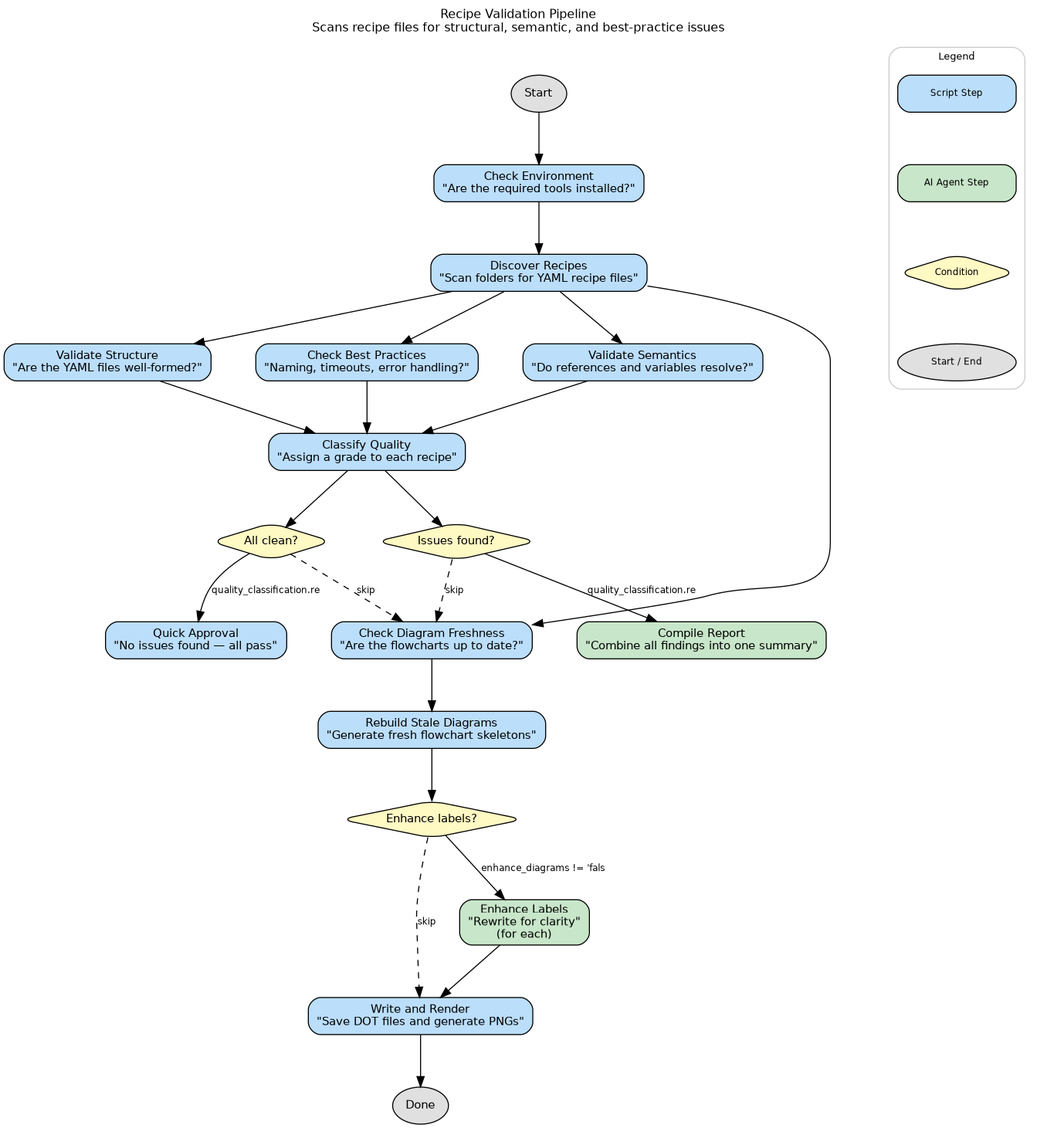
Before: recipes/validate-recipes.png, a diagram exported from Graphviz (microsoft/amplifier-bundle-recipes). Its source is kept beside it as recipes/validate-recipes.dot.
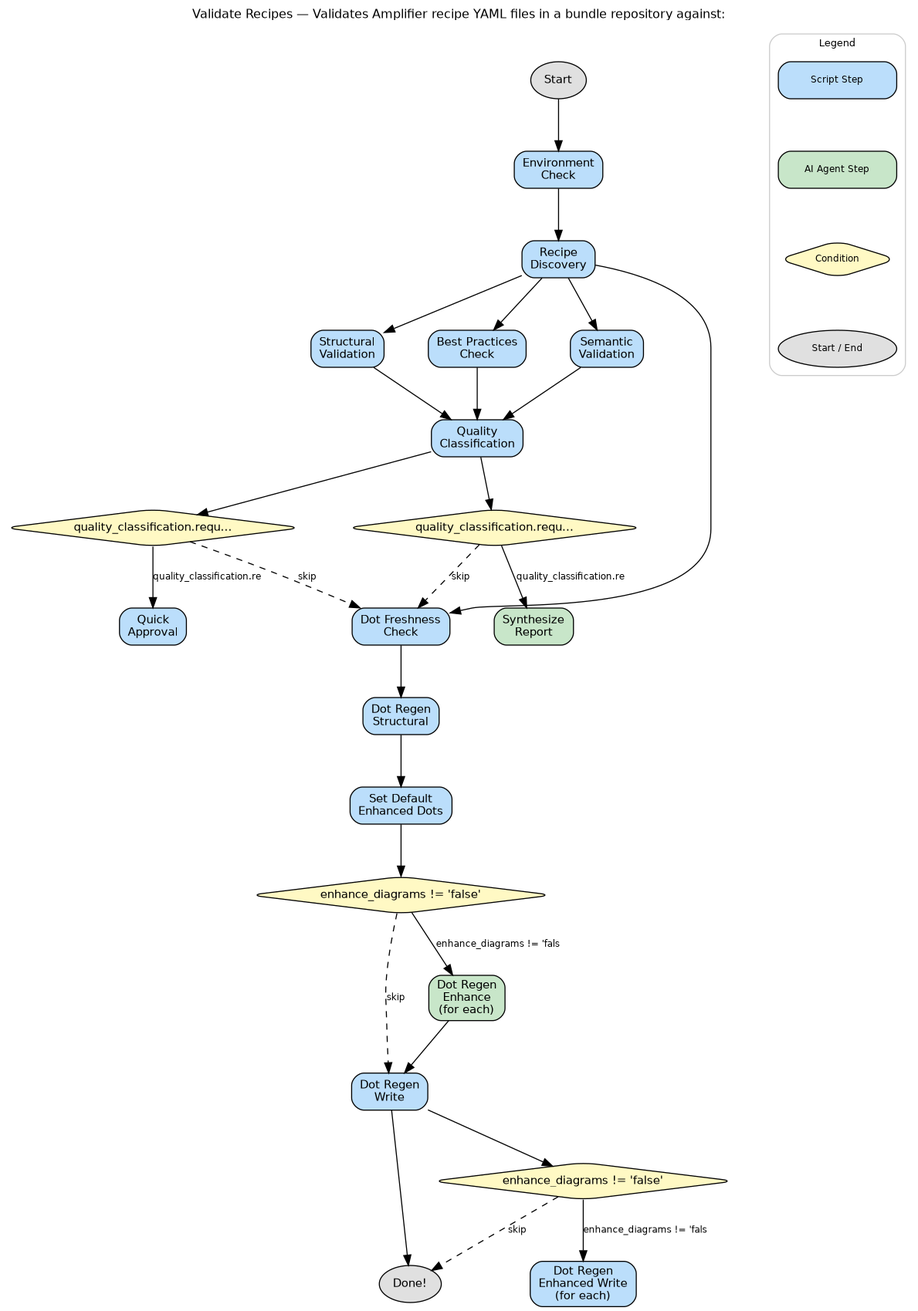
The same diagram one commit later.

Commit message:
fix(recipes+engine): stop passing repo-sized payloads through argv; make exec-time failures honour on_error

What changed in the source:
```diff
@@ -2,36 +2,55 @@
     rankdir=TB
     fontname="Helvetica"
     fontsize=12
-    label="Recipe Validation Pipeline\nScans recipe files for structural, semantic, and best-practice issues"
+    label="Validate Recipes — Validates Amplifier recipe YAML files in a bundle repository against:"
     labelloc=t
     labeljust=c
     compound=true
     nodesep=0.6
     ranksep=0.7
     bgcolor="white"
-    source_hash="8249d7c0cc93d3bf2db1bbca169e8d628ed32958e944083cd110343eb75429be"
+    source_hash="8cbfa6378b9d14ef46e535c43b0da1860437088ab885283efadddd59c76c771a"
 
     node [fontname="Helvetica", fontsize=11, style="filled,rounded"]
     edge [fontname="Helvetica", fontsize=9]
 
     start [label="Start", shape=oval, fillcolor="#e0e0e0"]
-    done  [label="Done", shape=oval, fillcolor="#e0e0e0"]
+    done  [label="Done!", shape=oval, fillcolor="#e0e0e0"]
 
-    step_environment_check [label="Check Environment\n\"Are the required tools installed?\"", shape=box, fillcolor="#bbdefb", style="filled,rounded", tooltip="'${AMPLIFIER_PYTHON:-python3}' << 'EOF' import json import sys from pathlib import Path  results = {"]
-    step_recipe_discovery [label="Discover Recipes\n\"Scan folders for YAML recipe files\"", shape=box, fillcolor="#bbdefb", style="filled,rounded", tooltip="'${AMPLIFIER_PYTHON:-python3}' << 'EOF' import json from pathlib import Path  def _process_yaml_file"]
-    step_structural_validation [label="Validate Structure\n\"Are the YAML files well-formed?\"", shape=box, fillcolor="#bbdefb", style="filled,rounded", tooltip="'${AMPLIFIER_PYTHON:-python3}' << 'EOF' import json import re from pathlib import Path  _env_check_r"]
-    step_best_practices_check [label="Check Best Practices\n\"Naming, timeouts, error handling?\"", shape=box, fillcolor="#bbdefb", style="filled,rounded", tooltip="'${AMPLIFIER_PYTHON:-python3}' << 'EOF' import json import re from pathlib import Path  _recipe_disc"]
-    step_semantic_validation [label="Validate Semantics\n\"Do references and variables resolve?\"", shape=box, fillcolor="#bbdefb", style="filled,rounded", tooltip="'${AMPLIFIER_PYTHON:-python3}' << 'EOF' import json from fnmatch import fnmatch from pathlib import "]
-    step_quality_classification [label="Classify Quality\n\"Assign a grade to each recipe\"", shape=box, fillcolor="#bbdefb", style="filled,rounded", tooltip="'${AMPLIFIER_PYTHON:-python3}' << 'EOF' import json  _structural_results_raw = r'''{{structural_resu"]
-    cond_step_quick_approval [label="All clean?", shape=diamond, fillcolor="#fff9c4"]
-    step_quick_approval [label="Quick Approval\n\"No issues found — all pass\"", shape=box, fillcolor="#bbdefb", style="filled,rounded", tooltip="'${AMPLIFIER_PYTHON:-python3}' << 'EOF' import json  _quality_classification_raw = r'''{{quality_cla"]
-    cond_step_synthesize_report [label="Issues found?", shape=diamond, fillcolor="#fff9c4"]
-    step_synthesize_report [label="Compile Report\n\"Combine all findings into one summary\"", shape=box, fillcolor="#c8e6c9", style="filled,rounded", tooltip="foundation:zen-architect"]
-    step_dot_freshness_check [label="Check Diagram Freshness\n\"Are the flowcharts up to date?\"", shape=box, fillcolor="#bbdefb", style="filled,rounded", tooltip="'${AMPLIFIER_PYTHON:-python3}' << 'EOF' import json import re from pathlib import Path  _recipe_disc"]
-    step_dot_regen_structural [label="Rebuild Stale Diagrams\n\"Generate fresh flowchart skeletons\"", shape=box, fillcolor="#bbdefb", style="filled,rounded", tooltip="'${AMPLIFIER_PYTHON:-python3}' << 'EOF' import json, yaml, sys from pathlib import Path raw = r'''{{"]
-    cond_step_dot_regen_enhance [label="Enhance labels?", shape=diamond, fillcolor="#fff9c4"]
-    step_dot_regen_enhance [label="Enhance Labels\n\"Rewrite for clarity\"\n(for each)", shape=box, fillcolor="#c8e6c9", style="filled,rounded", tooltip="foundation:zen-architect"]
-    step_dot_regen_write [label="Write and Render\n\"Save DOT files and generate PNGs\"", shape=box, fillcolor="#bbdefb", style="filled,rounded", tooltip="'${AMPLIFIER_PYTHON:-python3}' << 'EOF' import json, subprocess, re, sys from pathlib import Path re"]
+    step_environment_check [label="Environment
+Check", shape=box, fillcolor="#bbdefb", style="filled,rounded", tooltip="'${AMPLIFIER_PYTHON:-python3}' << 'EOF' import json import sys from pathlib import Path  results = {"]
+    step_recipe_discovery [label="Recipe
+Discovery", shape=box, fillcolor="#bbdefb", style="filled,rounded", tooltip="'${AMPLIFIER_PYTHON:-python3}' << 'EOF' import json from pathlib import Path  def _process_yaml_file"]
+    step_structural_validation [label="Structural
+Validation", shape=box, fillcolor="#bbdefb", style="filled,rounded", tooltip="'${AMPLIFIER_PYTHON:-python3}' << 'EOF' import json import re from pathlib import Path  _env_check_r"]
+    step_best_practices_check [label="Best Practices
+Check", shape=box, fillcolor="#bbdefb", style="filled,rounded", tooltip="'${AMPLIFIER_PYTHON:-python3}' << 'EOF' import json import re from pathlib import Path  # PAYLOAD SP"]
+    step_semantic_validation [label="Semantic
+Validation", shape=box, fillcolor="#bbdefb", style="filled,rounded", tooltip="'${AMPLIFIER_PYTHON:-python3}' << 'EOF' import json from fnmatch import fnmatch from pathlib import "]
+    step_quality_classification [label="Quality
+Classification", shape=box, fillcolor="#bbdefb", style="filled,rounded", tooltip="'${AMPLIFIER_PYTHON:-python3}' << 'EOF' import json  from pathlib import Path  # PAYLOAD SPILL (see "]
+    cond_step_quick_approval [label="quality_classification.requ...", shape=diamond, fillcolor="#fff9c4"]
+    step_quick_approval [label="Quick
+Approval", shape=box, fillcolor="#bbdefb", style="filled,rounded", tooltip="'${AMPLIFIER_PYTHON:-python3}' << 'EOF' import json  from pathlib import Path  # PAYLOAD SPILL (see "]
+    cond_step_synthesize_report [label="quality_classification.requ...", shape=diamond, fillcolor="#fff9c4"]
+    step_synthesize_report [label="Synthesize
+Report", shape=box, fillcolor="#c8e6c9", style="filled,rounded", tooltip="foundation:zen-architect"]
+    step_dot_freshness_check [label="Dot Freshness
+Check", shape=box, fillcolor="#bbdefb", style="filled,rounded", tooltip="'${AMPLIFIER_PYTHON:-python3}' << 'EOF' import json import re from pathlib import Path  # PAYLOAD SP"]
+    step_dot_regen_structural [label="Dot Regen
+Structural", shape=box, fillcolor="#bbdefb", style="filled,rounded", tooltip="'${AMPLIFIER_PYTHON:-python3}' << 'EOF' import json, yaml, sys from pathlib import Path  def _emit(p"]
+    step_set_default_enhanced_dots [label="Set Default
+Enhanced Dots", shape=box, fillcolor="#bbdefb", style="filled,rounded", tooltip="echo '[]' "]
+    cond_step_dot_regen_enhance [label="enhance_diagrams != 'false'", shape=diamond, fillcolor="#fff9c4"]
+    step_dot_regen_enhance [label="Dot Regen
+Enhance
+(for each)", shape=box, fillcolor="#c8e6c9", style="filled,rounded", tooltip="foundation:zen-architect"]
+    step_dot_regen_write [label="Dot Regen
+Write", shape=box, fillcolor="#bbdefb", style="filled,rounded", tooltip="'${AMPLIFIER_PYTHON:-python3}' << 'EOF' import json, shutil, subprocess, sys from pathlib import Pat"]
+    cond_step_dot_regen_enhanced_write [label="enhance_diagrams != 'false'", shape=diamond, fillcolor="#fff9c4"]
+    step_dot_regen_enhanced_write [label="Dot Regen
+Enhanced Write
+(for each)", shape=box, fillcolor="#bbdefb", style="filled,rounded", tooltip="set -uo pipefail AMPLIFIER_ENHANCED_FILE='$(mktemp)' export AMPLIFIER_ENHANCED_FILE cat > '$AMPLIFIE"]
 
     start -> step_environment_check
     step_environment_check -> step_recipe_discovery
@@ -47,12 +66,16 @@
     cond_step_synthesize_report -> step_synthesize_report [label="quality_classification.re"]
     step_recipe_discovery -> step_dot_freshness_check
     step_dot_freshness_check -> step_dot_regen_structural
-    step_dot_regen_structural -> cond_step_dot_regen_enhance
+    step_dot_regen_structural -> step_set_default_enhanced_dots
+    step_set_default_enhanced_dots -> cond_step_dot_regen_enhance
     cond_step_dot_regen_enhance -> step_dot_regen_enhance [label="enhance_diagrams != 'fals"]
     step_dot_regen_enhance -> step_dot_regen_write
+    step_dot_regen_write -> cond_step_dot_regen_enhanced_write
+    cond_step_dot_regen_enhanced_write -> step_dot_regen_enhanced_write [label="enhance_diagrams != 'fals"]
     cond_step_quick_approval -> step_dot_freshness_check [label="skip", style=dashed]
     cond_step_synthesize_report -> step_dot_freshness_check [label="skip", style=dashed]
     cond_step_dot_regen_enhance -> step_dot_regen_write [label="skip", style=dashed]
+    cond_step_dot_regen_enhanced_write -> done [label="skip", style=dashed]
     step_dot_regen_write -> done
 
     subgraph cluster_legend {
```
